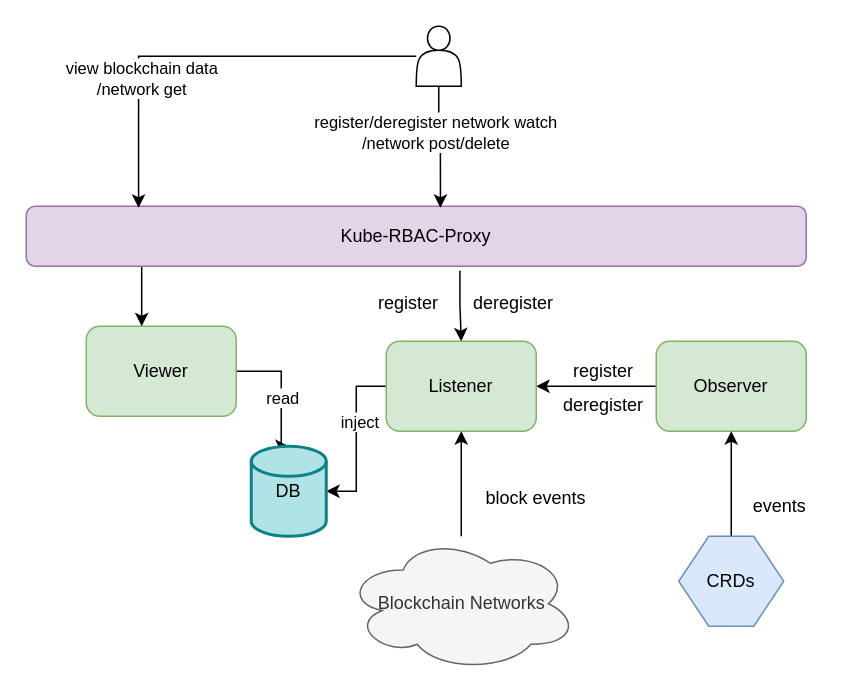
Earlier version of the draw.io diagram dev_design/bc-explorer-draft.drawio (bestchains/product-design). Source tidied: cells renumbered, new cells numbered last; positions are measured from the earlier drawing's top-left corner, leaving out a move shared by most shapes. Both pictures are drawn from the tidied source at 150%, with x=0, y=0 at pixel (26, 26).
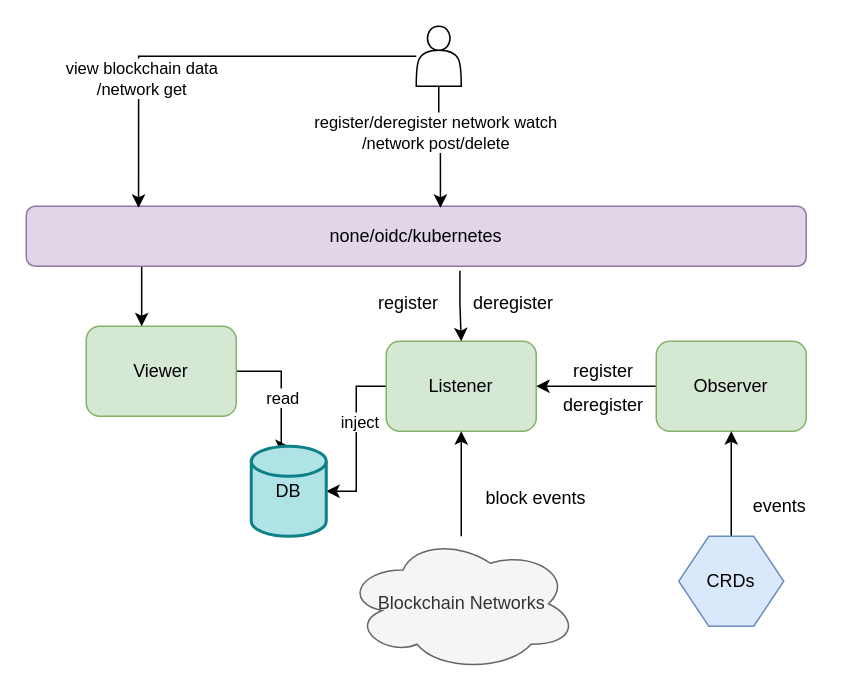
After the change.

Commit message (it also covers changes not shown here):
docs: update bc-explorer arch

Diff of the diagram source:
```diff
@@
-    <mxCell id="16" value="Kube-RBAC-Proxy" style="rounded=1;whiteSpace=wrap;html=1;fillColor=#e1d5e7;strokeColor=#9673a6;" parent="1" vertex="1">
+    <mxCell id="16" value="none/oidc/kubernetes" style="rounded=1;whiteSpace=wrap;html=1;fillColor=#e1d5e7;strokeColor=#9673a6;" parent="1" vertex="1">
       <mxGeometry y="120" width="520" height="40" as="geometry" />
     </mxCell>
```
